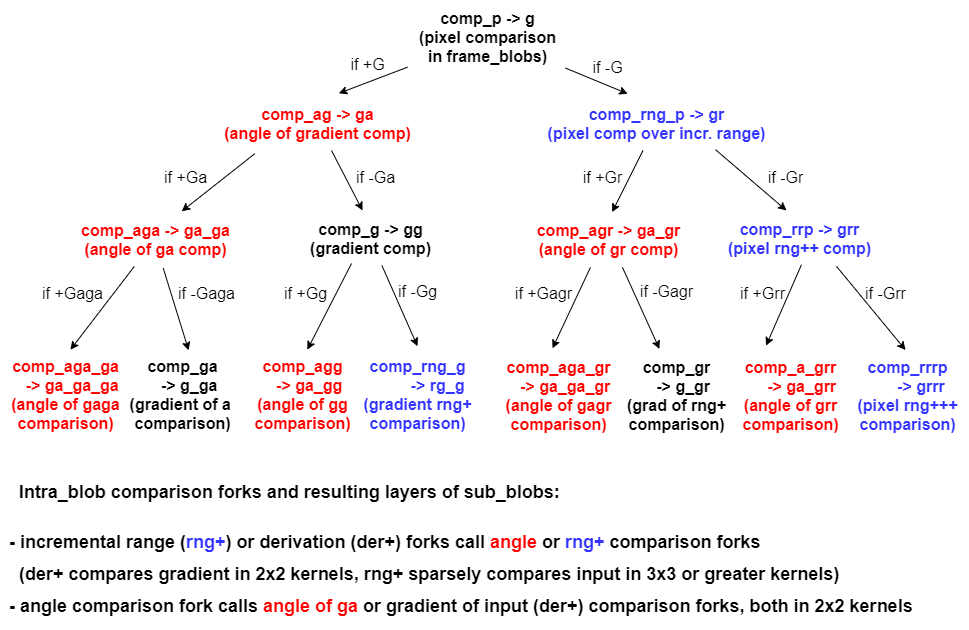
Earlier version of the draw.io export frame_2D_alg/Illustrations/intra_blob_forking_scheme.png (boris-kz/CogAlg). Source tidied: cells renumbered, new cells last; positions are measured from the earlier drawing's top-left corner, leaving out a move shared by most shapes.
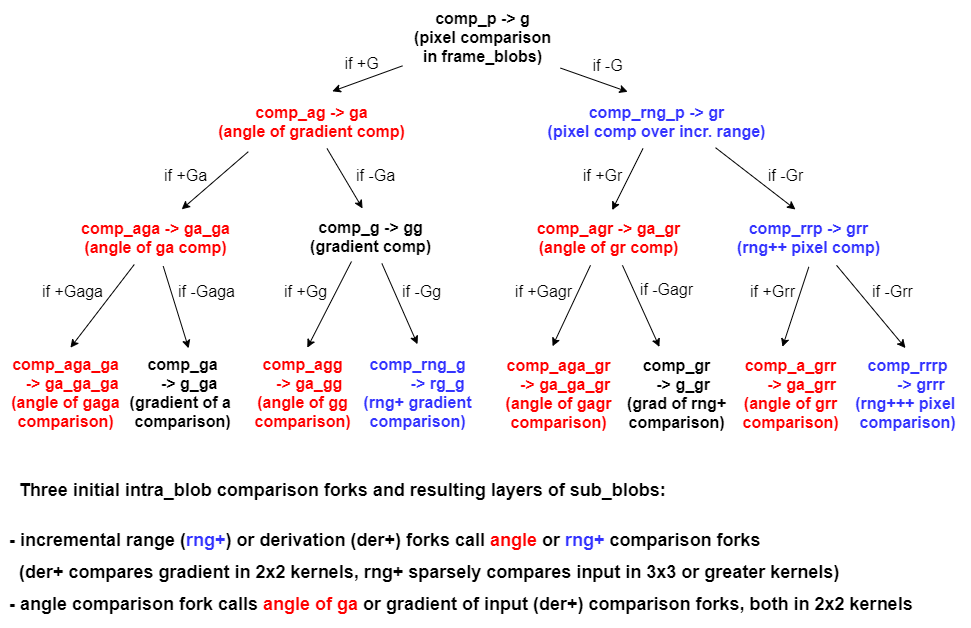
Later version of the same file.

Commit message:
- Khanh added comp_r - added comp_rng diagram - minor edits

The edit, as a diff of the source:
```diff
@@ -3,7 +3,7 @@
     <mxCell id="0" />
     <mxCell id="1" parent="0" />
     <mxCell id="2" value="&lt;font style=&quot;font-size: 16px&quot;&gt;&lt;b style=&quot;font-size: 16px&quot;&gt;comp_p -&amp;gt; g&lt;br style=&quot;font-size: 16px&quot;&gt;(pixel comparison&lt;br&gt;in frame_blobs)&lt;br style=&quot;font-size: 16px&quot;&gt;&lt;/b&gt;&lt;/font&gt;" style="text;html=1;align=center;verticalAlign=middle;points=[];strokeWidth=1;fontSize=16;fontColor=#000000;spacing=6;" parent="1" vertex="1">
-      <mxGeometry x="407" width="159" height="73" as="geometry" />
+      <mxGeometry x="402" y="2" width="159" height="73" as="geometry" />
     </mxCell>
     <mxCell id="3" style="endArrow=classic;html=1;entryX=0.602;entryY=-0.059;entryDx=0;entryDy=0;entryPerimeter=0;strokeWidth=1;fontSize=16;fontColor=#000000;spacing=6;" parent="1" edge="1" source="2" target="7">
       <mxGeometry relative="1" as="geometry" />
@@ -20,7 +20,7 @@
       <mxGeometry x="536" y="96" width="240" height="54" as="geometry" />
     </mxCell>
     <mxCell id="7" value="&lt;b style=&quot;font-size: 16px&quot;&gt;&lt;font style=&quot;font-size: 16px&quot;&gt;&lt;span style=&quot;font-size: 16px ; background-color: rgb(255 , 255 , 255)&quot;&gt;&lt;font color=&quot;#ff0000&quot;&gt;comp_ag -&amp;gt; ga&lt;br style=&quot;font-size: 16px&quot;&gt;(angle of gradient comp)&lt;/font&gt;&lt;/span&gt;&lt;br style=&quot;font-size: 16px&quot;&gt;&lt;/font&gt;&lt;/b&gt;" style="text;html=1;align=center;verticalAlign=middle;points=[];strokeWidth=1;fontSize=16;fontColor=#000000;spacing=6;" parent="1" vertex="1">
-      <mxGeometry x="212.5" y="96" width="209" height="54" as="geometry" />
+      <mxGeometry x="206" y="96" width="209" height="54" as="geometry" />
     </mxCell>
     <mxCell id="8" style="endArrow=classic;html=1;strokeWidth=1;fontSize=16;fontColor=#000000;spacing=6;exitX=0.2;exitY=1.059;exitDx=0;exitDy=0;exitPerimeter=0;entryX=0.656;entryY=-0.022;entryDx=0;entryDy=0;entryPerimeter=0;" parent="1" edge="1" source="7" target="9">
       <mxGeometry relative="1" as="geometry" />
@@ -43,8 +43,8 @@
     <mxCell id="14" style="endArrow=classic;html=1;strokeWidth=1;fontSize=16;fontColor=#000000;spacing=6;entryX=0.424;entryY=-0.019;entryDx=0;entryDy=0;entryPerimeter=0;exitX=0.746;exitY=0.985;exitDx=0;exitDy=0;exitPerimeter=0;" parent="1" edge="1" source="6" target="15">
       <mxGeometry relative="1" as="geometry" />
     </mxCell>
-    <mxCell id="15" value="&lt;font style=&quot;font-size: 16px&quot;&gt;&lt;b style=&quot;font-size: 16px&quot;&gt;&lt;span style=&quot;font-size: 16px ; background-color: rgb(255 , 255 , 255)&quot;&gt;&lt;font color=&quot;#3333ff&quot;&gt;comp_rrp -&amp;gt; grr&lt;br style=&quot;font-size: 16px&quot;&gt;(pixel rng++ comp)&lt;/font&gt;&lt;/span&gt;&lt;br style=&quot;font-size: 16px&quot;&gt;&lt;/b&gt;&lt;/font&gt;" style="text;html=1;align=center;verticalAlign=middle;points=[];strokeWidth=1;fontSize=16;fontColor=#000000;spacing=6;" parent="1" vertex="1">
-      <mxGeometry x="716" y="211" width="165" height="54" as="geometry" />
+    <mxCell id="15" value="&lt;font style=&quot;font-size: 16px&quot;&gt;&lt;b style=&quot;font-size: 16px&quot;&gt;&lt;span style=&quot;font-size: 16px ; background-color: rgb(255 , 255 , 255)&quot;&gt;&lt;font color=&quot;#3333ff&quot;&gt;comp_rrp -&amp;gt; grr&lt;br style=&quot;font-size: 16px&quot;&gt;(&lt;/font&gt;&lt;/span&gt;&lt;/b&gt;&lt;b&gt;&lt;span style=&quot;background-color: rgb(255 , 255 , 255)&quot;&gt;&lt;font color=&quot;#3333ff&quot;&gt;rng++&amp;nbsp;&lt;/font&gt;&lt;/span&gt;&lt;/b&gt;&lt;b style=&quot;font-size: 16px&quot;&gt;&lt;span style=&quot;font-size: 16px ; background-color: rgb(255 , 255 , 255)&quot;&gt;&lt;font color=&quot;#3333ff&quot;&gt;pixel comp)&lt;/font&gt;&lt;/span&gt;&lt;br style=&quot;font-size: 16px&quot;&gt;&lt;/b&gt;&lt;/font&gt;" style="text;html=1;align=center;verticalAlign=middle;points=[];strokeWidth=1;fontSize=16;fontColor=#000000;spacing=6;" parent="1" vertex="1">
+      <mxGeometry x="725" y="212" width="165" height="54" as="geometry" />
     </mxCell>
     <mxCell id="16" style="endArrow=classic;html=1;strokeWidth=1;fontSize=16;fontColor=#000000;spacing=6;entryX=0.538;entryY=0.015;entryDx=0;entryDy=0;entryPerimeter=0;" parent="1" edge="1" source="9" target="17">
       <mxGeometry relative="1" as="geometry" />
@@ -75,16 +75,16 @@
     <mxCell id="23" style="endArrow=classic;html=1;strokeWidth=1;fontSize=16;fontColor=#000000;entryX=0.363;entryY=-0.005;entryDx=0;entryDy=0;entryPerimeter=0;spacing=6;exitX=0.584;exitY=1.015;exitDx=0;exitDy=0;exitPerimeter=0;" parent="1" edge="1" source="13" target="29">
       <mxGeometry relative="1" as="geometry" />
     </mxCell>
-    <mxCell id="24" style="endArrow=classic;html=1;strokeWidth=1;fontSize=16;fontColor=#000000;spacing=6;entryX=0.484;entryY=0.005;entryDx=0;entryDy=0;entryPerimeter=0;exitX=0.727;exitY=1.015;exitDx=0;exitDy=0;exitPerimeter=0;" parent="1" edge="1" source="15" target="31">
+    <mxCell id="24" style="endArrow=classic;html=1;strokeWidth=1;fontSize=16;fontColor=#000000;spacing=6;entryX=0.484;entryY=0.005;entryDx=0;entryDy=0;entryPerimeter=0;exitX=0.673;exitY=1.015;exitDx=0;exitDy=0;exitPerimeter=0;" parent="1" edge="1" source="15" target="31">
       <mxGeometry relative="1" as="geometry" />
     </mxCell>
-    <mxCell id="25" style="endArrow=classic;html=1;strokeWidth=1;fontSize=16;fontColor=#000000;spacing=6;entryX=0.293;entryY=-0.041;entryDx=0;entryDy=0;entryPerimeter=0;exitX=0.515;exitY=0.985;exitDx=0;exitDy=0;exitPerimeter=0;" parent="1" edge="1" source="15" target="30">
+    <mxCell id="25" style="endArrow=classic;html=1;strokeWidth=1;fontSize=16;fontColor=#000000;spacing=6;entryX=0.432;entryY=-0.007;entryDx=0;entryDy=0;entryPerimeter=0;exitX=0.505;exitY=1.044;exitDx=0;exitDy=0;exitPerimeter=0;" parent="1" edge="1" source="15" target="30">
       <mxGeometry relative="1" as="geometry" />
     </mxCell>
     <mxCell id="26" value="&lt;b style=&quot;font-size: 16px&quot;&gt;&lt;font style=&quot;font-size: 16px&quot;&gt;&lt;span style=&quot;font-size: 16px ; background-color: rgb(255 , 255 , 255)&quot;&gt;&lt;font color=&quot;#ff0000&quot;&gt;comp_agg&lt;br&gt;&amp;nbsp; &amp;nbsp;-&amp;gt; ga_gg&lt;br style=&quot;font-size: 16px&quot;&gt;(angle of gg&lt;br&gt;comparison)&lt;/font&gt;&lt;/span&gt;&lt;br style=&quot;font-size: 16px&quot;&gt;&lt;/font&gt;&lt;/b&gt;" style="text;html=1;align=center;verticalAlign=middle;points=[];strokeWidth=1;fontSize=16;fontColor=#000000;spacing=6;spacingTop=0;" parent="1" vertex="1">
       <mxGeometry x="243" y="347.8" width="118" height="92" as="geometry" />
     </mxCell>
-    <mxCell id="27" value="&lt;b style=&quot;font-size: 16px&quot;&gt;&lt;font style=&quot;font-size: 16px&quot;&gt;&lt;span style=&quot;font-size: 16px ; background-color: rgb(255 , 255 , 255)&quot;&gt;&lt;font color=&quot;#3333ff&quot;&gt;comp_rng_g&lt;br&gt;&amp;nbsp; &amp;nbsp; &amp;nbsp; &amp;nbsp; &amp;nbsp;-&amp;gt; rg_g&lt;br style=&quot;font-size: 16px&quot;&gt;(gradient rng+&lt;br&gt;comparison)&lt;/font&gt;&lt;/span&gt;&lt;br style=&quot;font-size: 16px&quot;&gt;&lt;/font&gt;&lt;/b&gt;" style="text;html=1;align=center;verticalAlign=middle;points=[];strokeWidth=1;fontSize=16;fontColor=#000000;spacing=6;spacingTop=0;" parent="1" vertex="1">
+    <mxCell id="27" value="&lt;b style=&quot;font-size: 16px&quot;&gt;&lt;font style=&quot;font-size: 16px&quot;&gt;&lt;span style=&quot;font-size: 16px ; background-color: rgb(255 , 255 , 255)&quot;&gt;&lt;font color=&quot;#3333ff&quot;&gt;comp_rng_g&lt;br&gt;&amp;nbsp; &amp;nbsp; &amp;nbsp; &amp;nbsp; &amp;nbsp;-&amp;gt; rg_g&lt;br style=&quot;font-size: 16px&quot;&gt;(&lt;/font&gt;&lt;/span&gt;&lt;/font&gt;&lt;/b&gt;&lt;b&gt;&lt;span style=&quot;background-color: rgb(255 , 255 , 255)&quot;&gt;&lt;font color=&quot;#3333ff&quot;&gt;rng+&amp;nbsp;&lt;/font&gt;&lt;/span&gt;&lt;/b&gt;&lt;b style=&quot;font-size: 16px&quot;&gt;&lt;font style=&quot;font-size: 16px&quot;&gt;&lt;span style=&quot;font-size: 16px ; background-color: rgb(255 , 255 , 255)&quot;&gt;&lt;font color=&quot;#3333ff&quot;&gt;gradient&lt;br&gt;comparison)&lt;/font&gt;&lt;/span&gt;&lt;br style=&quot;font-size: 16px&quot;&gt;&lt;/font&gt;&lt;/b&gt;" style="text;html=1;align=center;verticalAlign=middle;points=[];strokeWidth=1;fontSize=16;fontColor=#000000;spacing=6;spacingTop=0;" parent="1" vertex="1">
       <mxGeometry x="352" y="347.8" width="130" height="92" as="geometry" />
     </mxCell>
     <mxCell id="28" value="&lt;b style=&quot;font-size: 16px&quot;&gt;&lt;font style=&quot;font-size: 16px&quot;&gt;&lt;span style=&quot;font-size: 16px ; background-color: rgb(255 , 255 , 255)&quot;&gt;&lt;font color=&quot;#ff0000&quot;&gt;comp_aga_gr&lt;br&gt;&amp;nbsp; &amp;nbsp;-&amp;gt;&amp;nbsp;ga_ga_gr&lt;br style=&quot;font-size: 16px&quot;&gt;(angle of gagr&lt;br&gt;comparison)&lt;/font&gt;&lt;/span&gt;&lt;br style=&quot;font-size: 16px&quot;&gt;&lt;/font&gt;&lt;/b&gt;" style="text;html=1;align=center;verticalAlign=middle;strokeWidth=1;fontSize=16;fontColor=#000000;spacing=6;spacingTop=0;" parent="1" vertex="1">
@@ -96,10 +96,10 @@
     <mxCell id="30" value="&lt;b style=&quot;font-size: 16px&quot;&gt;&lt;font style=&quot;font-size: 16px&quot;&gt;&lt;span style=&quot;font-size: 16px ; background-color: rgb(255 , 255 , 255)&quot;&gt;&lt;font color=&quot;#ff0000&quot;&gt;comp_a_grr&lt;br&gt;&amp;nbsp; &amp;nbsp; &amp;nbsp;-&amp;gt; ga_grr&lt;br style=&quot;font-size: 16px&quot;&gt;(angle of grr&lt;br&gt;comparison)&lt;/font&gt;&lt;/span&gt;&lt;br style=&quot;font-size: 16px&quot;&gt;&lt;/font&gt;&lt;/b&gt;" style="text;html=1;align=center;verticalAlign=middle;points=[];strokeWidth=1;fontSize=16;fontColor=#000000;spacing=6;spacingTop=0;" parent="1" vertex="1">
       <mxGeometry x="731" y="349" width="118" height="92" as="geometry" />
     </mxCell>
-    <mxCell id="31" value="&lt;b style=&quot;font-size: 16px&quot;&gt;&lt;font style=&quot;font-size: 16px&quot;&gt;&lt;span style=&quot;font-size: 16px ; background-color: rgb(255 , 255 , 255)&quot;&gt;&lt;font color=&quot;#3333ff&quot;&gt;comp_rrrp&lt;br&gt;&amp;nbsp; &amp;nbsp; &amp;nbsp; -&amp;gt; grrr&lt;br style=&quot;font-size: 16px&quot;&gt;(pixel rng+++&lt;br&gt;comparison)&lt;br style=&quot;font-size: 16px&quot;&gt;&lt;/font&gt;&lt;/span&gt;&lt;br style=&quot;font-size: 16px&quot;&gt;&lt;/font&gt;&lt;/b&gt;" style="text;html=1;align=center;verticalAlign=middle;points=[];strokeWidth=1;fontSize=16;fontColor=#000000;spacing=6;" parent="1" vertex="1">
-      <mxGeometry x="846" y="349" width="122" height="111" as="geometry" />
+    <mxCell id="31" value="&lt;b style=&quot;font-size: 16px&quot;&gt;&lt;font style=&quot;font-size: 16px&quot;&gt;&lt;span style=&quot;font-size: 16px ; background-color: rgb(255 , 255 , 255)&quot;&gt;&lt;font color=&quot;#3333ff&quot;&gt;comp_rrrp&lt;br&gt;&amp;nbsp; &amp;nbsp; &amp;nbsp; -&amp;gt; grrr&lt;br style=&quot;font-size: 16px&quot;&gt;(&lt;/font&gt;&lt;/span&gt;&lt;/font&gt;&lt;/b&gt;&lt;b&gt;&lt;span style=&quot;background-color: rgb(255 , 255 , 255)&quot;&gt;&lt;font color=&quot;#3333ff&quot;&gt;rng+++&amp;nbsp;&lt;/font&gt;&lt;/span&gt;&lt;/b&gt;&lt;b style=&quot;font-size: 16px&quot;&gt;&lt;font style=&quot;font-size: 16px&quot;&gt;&lt;span style=&quot;font-size: 16px ; background-color: rgb(255 , 255 , 255)&quot;&gt;&lt;font color=&quot;#3333ff&quot;&gt;pixel&amp;nbsp;&lt;br&gt;comparison)&lt;br style=&quot;font-size: 16px&quot;&gt;&lt;/font&gt;&lt;/span&gt;&lt;br style=&quot;font-size: 16px&quot;&gt;&lt;/font&gt;&lt;/b&gt;" style="text;html=1;align=center;verticalAlign=middle;points=[];strokeWidth=1;fontSize=16;fontColor=#000000;spacing=6;" parent="1" vertex="1">
+      <mxGeometry x="844" y="349" width="126" height="111" as="geometry" />
     </mxCell>
-    <mxCell id="32" value="&lt;p style=&quot;font-size: 18px&quot;&gt;&lt;b&gt;&lt;font style=&quot;font-size: 17px ; line-height: 180%&quot;&gt;&amp;nbsp;&lt;/font&gt;&lt;font style=&quot;line-height: 180% ; font-size: 18px&quot;&gt; Intra_blob comparison forks and resulting layers of sub_blobs:&amp;nbsp;&lt;/font&gt;&lt;/b&gt;&lt;/p&gt;&lt;b style=&quot;font-size: 18px&quot;&gt;&lt;font style=&quot;line-height: 180% ; font-size: 18px&quot;&gt;- incremental range (&lt;font color=&quot;#3333ff&quot;&gt;rng+&lt;/font&gt;) or derivation (&lt;font style=&quot;background-color: rgb(255 , 255 , 255)&quot;&gt;der+&lt;/font&gt;) forks call&amp;nbsp;&lt;font style=&quot;background-color: rgb(255 , 255 , 255)&quot; color=&quot;#ff0000&quot;&gt;angle&amp;nbsp;&lt;/font&gt;or&amp;nbsp;&lt;span style=&quot;background-color: rgb(255 , 255 , 255)&quot;&gt;&lt;font color=&quot;#3333ff&quot;&gt;rng+&lt;/font&gt;&lt;/span&gt;&lt;span style=&quot;background-color: rgb(255 , 255 , 255)&quot;&gt;&lt;span&gt;&amp;nbsp;comparison forks&lt;br&gt;&amp;nbsp; (der+ compares gradient in 2x2 kernels, rng+ sparsely compares input in 3x3 or greater kernels)&amp;nbsp;&lt;br&gt;&lt;/span&gt;&lt;/span&gt;- angle comparison fork calls&amp;nbsp;&lt;font color=&quot;#ff0000&quot; style=&quot;background-color: rgb(255 , 255 , 255)&quot;&gt;angle of ga&lt;/font&gt;&amp;nbsp;or&amp;nbsp;&lt;span style=&quot;background-color: rgb(255 , 255 , 255)&quot;&gt;gradient of input (der+)&lt;/span&gt;&amp;nbsp;comparison forks, both in 2x2 kernels&lt;/font&gt;&lt;/b&gt;" style="text;html=1;align=left;verticalAlign=middle;fontSize=16;fontColor=#000000;spacing=6;" parent="1" vertex="1">
+    <mxCell id="32" value="&lt;p style=&quot;font-size: 18px&quot;&gt;&lt;b&gt;&lt;font style=&quot;font-size: 17px ; line-height: 180%&quot;&gt;&amp;nbsp;&lt;/font&gt;&lt;font style=&quot;line-height: 180% ; font-size: 18px&quot;&gt;&amp;nbsp;Three initial intra_blob comparison forks and resulting layers of sub_blobs:&amp;nbsp;&lt;/font&gt;&lt;/b&gt;&lt;/p&gt;&lt;b style=&quot;font-size: 18px&quot;&gt;&lt;font style=&quot;line-height: 180% ; font-size: 18px&quot;&gt;- incremental range (&lt;font color=&quot;#3333ff&quot;&gt;rng+&lt;/font&gt;) or derivation (&lt;font style=&quot;background-color: rgb(255 , 255 , 255)&quot;&gt;der+&lt;/font&gt;) forks call&amp;nbsp;&lt;font style=&quot;background-color: rgb(255 , 255 , 255)&quot; color=&quot;#ff0000&quot;&gt;angle&amp;nbsp;&lt;/font&gt;or&amp;nbsp;&lt;span style=&quot;background-color: rgb(255 , 255 , 255)&quot;&gt;&lt;font color=&quot;#3333ff&quot;&gt;rng+&lt;/font&gt;&lt;/span&gt;&lt;span style=&quot;background-color: rgb(255 , 255 , 255)&quot;&gt;&lt;span&gt;&amp;nbsp;comparison forks&lt;br&gt;&amp;nbsp; (der+ compares gradient in 2x2 kernels, rng+ sparsely compares input in 3x3 or greater kernels)&amp;nbsp;&lt;br&gt;&lt;/span&gt;&lt;/span&gt;- angle comparison fork calls&amp;nbsp;&lt;font color=&quot;#ff0000&quot; style=&quot;background-color: rgb(255 , 255 , 255)&quot;&gt;angle of ga&lt;/font&gt;&amp;nbsp;or&amp;nbsp;&lt;span style=&quot;background-color: rgb(255 , 255 , 255)&quot;&gt;gradient of input (der+)&lt;/span&gt;&amp;nbsp;comparison forks, both in 2x2 kernels&lt;/font&gt;&lt;/b&gt;" style="text;html=1;align=left;verticalAlign=middle;fontSize=16;fontColor=#000000;spacing=6;" parent="1" vertex="1">
       <mxGeometry x="3" y="449" width="926" height="180" as="geometry" />
     </mxCell>
     <mxCell id="33" value="if -G" style="text;html=1;align=center;verticalAlign=middle;fontSize=16;" parent="1" vertex="1">
@@ -127,7 +127,7 @@
       <mxGeometry x="278" y="281" width="53" height="23" as="geometry" />
     </mxCell>
     <mxCell id="41" value="if -Gg" style="text;html=1;align=center;verticalAlign=middle;fontSize=16;" parent="1" vertex="1">
-      <mxGeometry x="392.5" y="279" width="49" height="23" as="geometry" />
+      <mxGeometry x="396" y="281" width="49" height="23" as="geometry" />
     </mxCell>
     <mxCell id="42" value="if +Gagr" style="text;html=1;align=center;verticalAlign=middle;fontSize=16;" parent="1" vertex="1">
       <mxGeometry x="509" y="281" width="67" height="23" as="geometry" />
@@ -136,10 +136,10 @@
       <mxGeometry x="634" y="279" width="63" height="23" as="geometry" />
     </mxCell>
     <mxCell id="44" value="if +Grr" style="text;html=1;align=center;verticalAlign=middle;fontSize=16;" parent="1" vertex="1">
-      <mxGeometry x="734" y="281" width="55" height="23" as="geometry" />
+      <mxGeometry x="744" y="281" width="55" height="23" as="geometry" />
     </mxCell>
     <mxCell id="45" value="if -Grr" style="text;html=1;align=center;verticalAlign=middle;fontSize=16;" parent="1" vertex="1">
-      <mxGeometry x="859" y="281" width="51" height="23" as="geometry" />
+      <mxGeometry x="866" y="281" width="51" height="23" as="geometry" />
     </mxCell>
   </root>
 </mxGraphModel>
```
